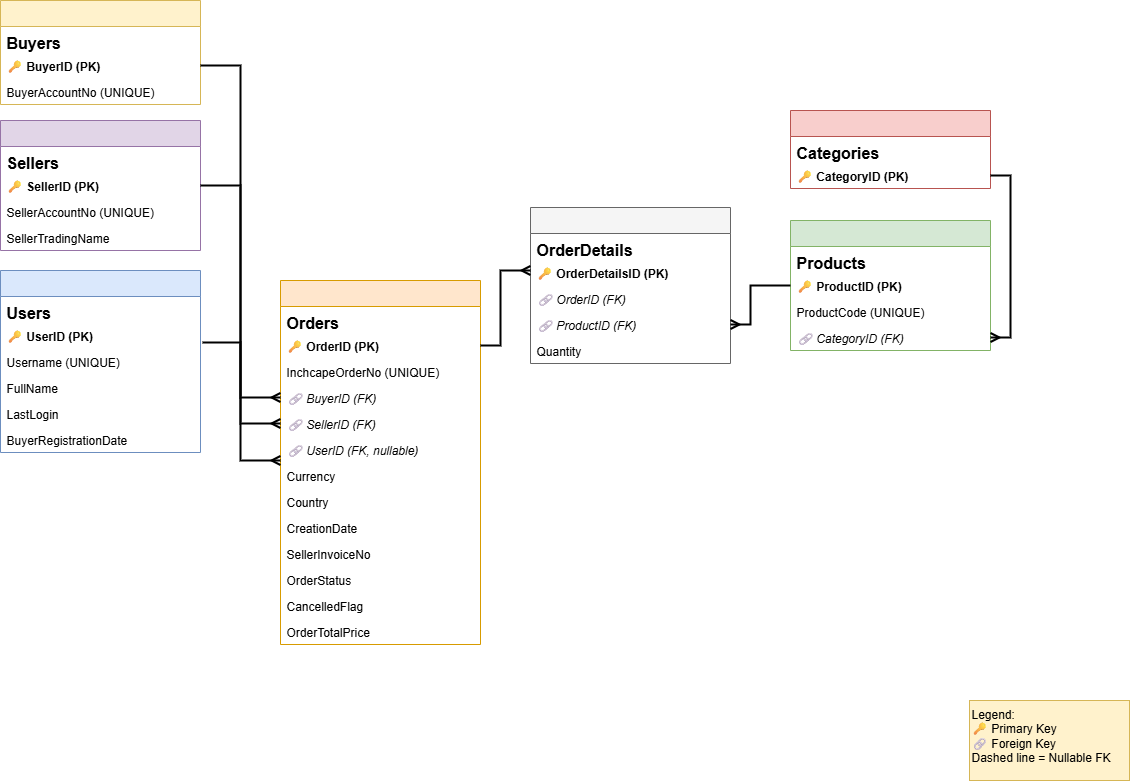
gebcruz06/sql_llm_chatbot keeps this draw.io diagram as Data Model ERD.png. Above is the earlier version. Source tidied: cells renumbered, new cells last; positions are measured from the earlier drawing's top-left corner, leaving out a move shared by most shapes. Its diagram source:
```xml
<mxGraphModel>
  <root>
    <mxCell id="0" />
    <mxCell id="1" parent="0" />
    <mxCell id="2" style="swimlane;fontStyle=0;horizontal=1;startSize=26;align=center;fontSize=14;fillColor=#dae8fc;strokeColor=#6c8ebf;" parent="1" vertex="1">
      <mxGeometry y="270" width="200" height="182" as="geometry" />
    </mxCell>
    <mxCell id="3" value="Users" style="text;strokeColor=none;fillColor=none;spacingLeft=4;spacingRight=4;overflow=hidden;fontSize=16;fontStyle=1;" parent="2" vertex="1">
      <mxGeometry y="26" width="200" height="26" as="geometry" />
    </mxCell>
    <mxCell id="4" value="🔑 UserID (PK)" style="text;strokeColor=none;fillColor=none;spacingLeft=4;spacingRight=4;overflow=hidden;points=[[0,0.5],[1,0.5]];portConstraint=eastwest;fontSize=12;fontStyle=1;" parent="2" vertex="1">
      <mxGeometry y="52" width="200" height="26" as="geometry" />
    </mxCell>
    <mxCell id="5" value="Username (UNIQUE)" style="text;strokeColor=none;fillColor=none;spacingLeft=4;spacingRight=4;overflow=hidden;fontSize=12;" parent="2" vertex="1">
      <mxGeometry y="78" width="200" height="26" as="geometry" />
    </mxCell>
    <mxCell id="6" value="FullName" style="text;strokeColor=none;fillColor=none;spacingLeft=4;spacingRight=4;overflow=hidden;fontSize=12;" parent="2" vertex="1">
      <mxGeometry y="104" width="200" height="26" as="geometry" />
    </mxCell>
    <mxCell id="7" value="LastLogin" style="text;strokeColor=none;fillColor=none;spacingLeft=4;spacingRight=4;overflow=hidden;fontSize=12;" parent="2" vertex="1">
      <mxGeometry y="130" width="200" height="26" as="geometry" />
    </mxCell>
    <mxCell id="8" value="BuyerRegistrationDate" style="text;strokeColor=none;fillColor=none;spacingLeft=4;spacingRight=4;overflow=hidden;fontSize=12;" parent="2" vertex="1">
      <mxGeometry y="156" width="200" height="26" as="geometry" />
    </mxCell>
    <mxCell id="9" style="swimlane;fontStyle=0;horizontal=1;startSize=26;align=center;fontSize=14;fillColor=#fff2cc;strokeColor=#d6b656;" parent="1" vertex="1">
      <mxGeometry width="200" height="104" as="geometry" />
    </mxCell>
    <mxCell id="10" value="Buyers" style="text;strokeColor=none;fillColor=none;spacingLeft=4;spacingRight=4;overflow=hidden;fontSize=16;fontStyle=1;" parent="9" vertex="1">
      <mxGeometry y="26" width="200" height="26" as="geometry" />
    </mxCell>
    <mxCell id="11" value="🔑 BuyerID (PK)" style="text;strokeColor=none;fillColor=none;spacingLeft=4;spacingRight=4;overflow=hidden;points=[[0,0.5],[1,0.5]];portConstraint=eastwest;fontSize=12;fontStyle=1;" parent="9" vertex="1">
      <mxGeometry y="52" width="200" height="26" as="geometry" />
    </mxCell>
    <mxCell id="12" value="BuyerAccountNo (UNIQUE)" style="text;strokeColor=none;fillColor=none;spacingLeft=4;spacingRight=4;overflow=hidden;fontSize=12;" parent="9" vertex="1">
      <mxGeometry y="78" width="200" height="26" as="geometry" />
    </mxCell>
    <mxCell id="13" style="swimlane;fontStyle=0;horizontal=1;startSize=26;align=center;fontSize=14;fillColor=#e1d5e7;strokeColor=#9673a6;" parent="1" vertex="1">
      <mxGeometry y="120" width="200" height="130" as="geometry" />
    </mxCell>
    <mxCell id="14" value="Sellers" style="text;strokeColor=none;fillColor=none;spacingLeft=4;spacingRight=4;overflow=hidden;fontSize=16;fontStyle=1;" parent="13" vertex="1">
      <mxGeometry y="26" width="200" height="26" as="geometry" />
    </mxCell>
    <mxCell id="15" value="🔑 SellerID (PK)" style="text;strokeColor=none;fillColor=none;spacingLeft=4;spacingRight=4;overflow=hidden;points=[[0,0.5],[1,0.5]];portConstraint=eastwest;fontSize=12;fontStyle=1;" parent="13" vertex="1">
      <mxGeometry y="52" width="200" height="26" as="geometry" />
    </mxCell>
    <mxCell id="16" value="SellerAccountNo (UNIQUE)" style="text;strokeColor=none;fillColor=none;spacingLeft=4;spacingRight=4;overflow=hidden;fontSize=12;" parent="13" vertex="1">
      <mxGeometry y="78" width="200" height="26" as="geometry" />
    </mxCell>
    <mxCell id="17" value="SellerTradingName" style="text;strokeColor=none;fillColor=none;spacingLeft=4;spacingRight=4;overflow=hidden;fontSize=12;" parent="13" vertex="1">
      <mxGeometry y="104" width="200" height="26" as="geometry" />
    </mxCell>
    <mxCell id="18" style="swimlane;fontStyle=0;horizontal=1;startSize=26;align=center;fontSize=14;fillColor=#f8cecc;strokeColor=#b85450;" parent="1" vertex="1">
      <mxGeometry x="790" y="110" width="200" height="78" as="geometry" />
    </mxCell>
    <mxCell id="19" value="Categories" style="text;strokeColor=none;fillColor=none;spacingLeft=4;spacingRight=4;overflow=hidden;fontSize=16;fontStyle=1;" parent="18" vertex="1">
      <mxGeometry y="26" width="200" height="26" as="geometry" />
    </mxCell>
    <mxCell id="20" value="🔑 CategoryID (PK)" style="text;strokeColor=none;fillColor=none;spacingLeft=4;spacingRight=4;overflow=hidden;points=[[0,0.5],[1,0.5]];portConstraint=eastwest;fontSize=12;fontStyle=1;" parent="18" vertex="1">
      <mxGeometry y="52" width="200" height="26" as="geometry" />
    </mxCell>
    <mxCell id="21" style="swimlane;fontStyle=0;horizontal=1;startSize=26;align=center;fontSize=14;fillColor=#d5e8d4;strokeColor=#82b366;" parent="1" vertex="1">
      <mxGeometry x="790" y="220" width="200" height="130" as="geometry" />
    </mxCell>
    <mxCell id="22" value="Products" style="text;strokeColor=none;fillColor=none;spacingLeft=4;spacingRight=4;overflow=hidden;fontSize=16;fontStyle=1;" parent="21" vertex="1">
      <mxGeometry y="26" width="200" height="26" as="geometry" />
    </mxCell>
    <mxCell id="23" value="🔑 ProductID (PK)" style="text;strokeColor=none;fillColor=none;spacingLeft=4;spacingRight=4;overflow=hidden;points=[[0,0.5],[1,0.5]];portConstraint=eastwest;fontSize=12;fontStyle=1;" parent="21" vertex="1">
      <mxGeometry y="52" width="200" height="26" as="geometry" />
    </mxCell>
    <mxCell id="24" value="ProductCode (UNIQUE)" style="text;strokeColor=none;fillColor=none;spacingLeft=4;spacingRight=4;overflow=hidden;fontSize=12;" parent="21" vertex="1">
      <mxGeometry y="78" width="200" height="26" as="geometry" />
    </mxCell>
    <mxCell id="25" value="🔗 CategoryID (FK)" style="text;strokeColor=none;fillColor=none;spacingLeft=4;spacingRight=4;overflow=hidden;points=[[0,0.5],[1,0.5]];portConstraint=eastwest;fontSize=12;fontStyle=2;" parent="21" vertex="1">
      <mxGeometry y="104" width="200" height="26" as="geometry" />
    </mxCell>
    <mxCell id="26" style="swimlane;fontStyle=0;horizontal=1;startSize=26;align=center;fontSize=14;fillColor=#ffe6cc;strokeColor=#d79b00;" parent="1" vertex="1">
      <mxGeometry x="280" y="280" width="200" height="364" as="geometry" />
    </mxCell>
    <mxCell id="27" value="Orders" style="text;strokeColor=none;fillColor=none;spacingLeft=4;spacingRight=4;overflow=hidden;fontSize=16;fontStyle=1;" parent="26" vertex="1">
      <mxGeometry y="26" width="200" height="26" as="geometry" />
    </mxCell>
    <mxCell id="28" value="🔑 OrderID (PK)" style="text;strokeColor=none;fillColor=none;spacingLeft=4;spacingRight=4;overflow=hidden;points=[[0,0.5],[1,0.5]];portConstraint=eastwest;fontSize=12;fontStyle=1;" parent="26" vertex="1">
      <mxGeometry y="52" width="200" height="26" as="geometry" />
    </mxCell>
    <mxCell id="29" value="InchcapeOrderNo (UNIQUE)" style="text;strokeColor=none;fillColor=none;spacingLeft=4;spacingRight=4;overflow=hidden;fontSize=12;" parent="26" vertex="1">
      <mxGeometry y="78" width="200" height="26" as="geometry" />
    </mxCell>
    <mxCell id="30" value="🔗 BuyerID (FK)" style="text;strokeColor=none;fillColor=none;spacingLeft=4;spacingRight=4;overflow=hidden;points=[[0,0.5],[1,0.5]];portConstraint=eastwest;fontSize=12;fontStyle=2;" parent="26" vertex="1">
      <mxGeometry y="104" width="200" height="26" as="geometry" />
    </mxCell>
    <mxCell id="31" value="🔗 SellerID (FK)" style="text;strokeColor=none;fillColor=none;spacingLeft=4;spacingRight=4;overflow=hidden;points=[[0,0.5],[1,0.5]];portConstraint=eastwest;fontSize=12;fontStyle=2;" parent="26" vertex="1">
      <mxGeometry y="130" width="200" height="26" as="geometry" />
    </mxCell>
    <mxCell id="32" value="🔗 UserID (FK, nullable)" style="text;strokeColor=none;fillColor=none;spacingLeft=4;spacingRight=4;overflow=hidden;points=[[0,0.5],[1,0.5]];portConstraint=eastwest;fontSize=12;fontStyle=2;" parent="26" vertex="1">
      <mxGeometry y="156" width="200" height="26" as="geometry" />
    </mxCell>
    <mxCell id="33" value="Currency" style="text;strokeColor=none;fillColor=none;spacingLeft=4;spacingRight=4;overflow=hidden;fontSize=12;" parent="26" vertex="1">
      <mxGeometry y="182" width="200" height="26" as="geometry" />
    </mxCell>
    <mxCell id="34" value="Country" style="text;strokeColor=none;fillColor=none;spacingLeft=4;spacingRight=4;overflow=hidden;fontSize=12;" parent="26" vertex="1">
      <mxGeometry y="208" width="200" height="26" as="geometry" />
    </mxCell>
    <mxCell id="35" value="CreationDate" style="text;strokeColor=none;fillColor=none;spacingLeft=4;spacingRight=4;overflow=hidden;fontSize=12;" parent="26" vertex="1">
      <mxGeometry y="234" width="200" height="26" as="geometry" />
    </mxCell>
    <mxCell id="36" value="SellerInvoiceNo" style="text;strokeColor=none;fillColor=none;spacingLeft=4;spacingRight=4;overflow=hidden;fontSize=12;" parent="26" vertex="1">
      <mxGeometry y="260" width="200" height="26" as="geometry" />
    </mxCell>
    <mxCell id="37" value="OrderStatus" style="text;strokeColor=none;fillColor=none;spacingLeft=4;spacingRight=4;overflow=hidden;fontSize=12;" parent="26" vertex="1">
      <mxGeometry y="286" width="200" height="26" as="geometry" />
    </mxCell>
    <mxCell id="38" value="CancelledFlag" style="text;strokeColor=none;fillColor=none;spacingLeft=4;spacingRight=4;overflow=hidden;fontSize=12;" parent="26" vertex="1">
      <mxGeometry y="312" width="200" height="26" as="geometry" />
    </mxCell>
    <mxCell id="39" value="OrderTotalPrice" style="text;strokeColor=none;fillColor=none;spacingLeft=4;spacingRight=4;overflow=hidden;fontSize=12;" parent="26" vertex="1">
      <mxGeometry y="338" width="200" height="26" as="geometry" />
    </mxCell>
    <mxCell id="40" style="swimlane;fontStyle=0;horizontal=1;startSize=26;align=center;fontSize=14;fillColor=#f5f5f5;strokeColor=#666666;" parent="1" vertex="1">
      <mxGeometry x="530" y="207" width="200" height="156" as="geometry" />
    </mxCell>
    <mxCell id="41" value="OrderDetails" style="text;strokeColor=none;fillColor=none;spacingLeft=4;spacingRight=4;overflow=hidden;fontSize=16;fontStyle=1;" parent="40" vertex="1">
      <mxGeometry y="26" width="200" height="26" as="geometry" />
    </mxCell>
    <mxCell id="42" value="🔑 OrderDetailsID (PK)" style="text;strokeColor=none;fillColor=none;spacingLeft=4;spacingRight=4;overflow=hidden;points=[[0,0.5],[1,0.5]];portConstraint=eastwest;fontSize=12;fontStyle=1;" parent="40" vertex="1">
      <mxGeometry y="52" width="200" height="26" as="geometry" />
    </mxCell>
    <mxCell id="43" value="🔗 OrderID (FK)" style="text;strokeColor=none;fillColor=none;spacingLeft=4;spacingRight=4;overflow=hidden;fontSize=12;fontStyle=2;" parent="40" vertex="1">
      <mxGeometry y="78" width="200" height="26" as="geometry" />
    </mxCell>
    <mxCell id="44" value="🔗 ProductID (FK)" style="text;strokeColor=none;fillColor=none;spacingLeft=4;spacingRight=4;overflow=hidden;points=[[0,0.5],[1,0.5]];portConstraint=eastwest;fontSize=12;fontStyle=2;" parent="40" vertex="1">
      <mxGeometry y="104" width="200" height="26" as="geometry" />
    </mxCell>
    <mxCell id="45" value="Quantity" style="text;strokeColor=none;fillColor=none;spacingLeft=4;spacingRight=4;overflow=hidden;fontSize=12;" parent="40" vertex="1">
      <mxGeometry y="130" width="200" height="26" as="geometry" />
    </mxCell>
    <mxCell id="46" style="edgeStyle=orthogonalEdgeStyle;rounded=0;jettySize=auto;html=1;startArrow=none;startFill=0;endArrow=ERmany;endFill=0;strokeWidth=2;" parent="1" edge="1" source="11" target="30">
      <mxGeometry relative="1" as="geometry" />
    </mxCell>
    <mxCell id="47" style="edgeStyle=orthogonalEdgeStyle;rounded=0;jettySize=auto;html=1;startArrow=none;startFill=0;endArrow=ERmany;endFill=0;strokeWidth=2;exitX=1;exitY=0.5;exitDx=0;exitDy=0;" parent="1" edge="1" source="15" target="31">
      <mxGeometry relative="1" as="geometry">
        <Array as="points">
          <mxPoint x="240" y="185" />
          <mxPoint x="240" y="423" />
        </Array>
      </mxGeometry>
    </mxCell>
    <mxCell id="48" style="edgeStyle=orthogonalEdgeStyle;rounded=0;jettySize=auto;html=1;startArrow=none;startFill=0;endArrow=ERmany;endFill=0;strokeWidth=2;exitX=1;exitY=0.5;exitDx=0;exitDy=0;" parent="1" edge="1" source="20" target="25">
      <mxGeometry relative="1" as="geometry" />
    </mxCell>
    <mxCell id="49" style="edgeStyle=orthogonalEdgeStyle;rounded=0;jettySize=auto;html=1;startArrow=none;startFill=0;endArrow=ERmany;endFill=0;strokeWidth=2;exitX=1;exitY=0.5;exitDx=0;exitDy=0;" parent="1" edge="1" source="28" target="42">
      <mxGeometry relative="1" as="geometry">
        <Array as="points">
          <mxPoint x="500" y="345" />
          <mxPoint x="500" y="270" />
        </Array>
      </mxGeometry>
    </mxCell>
    <mxCell id="50" style="edgeStyle=orthogonalEdgeStyle;rounded=0;jettySize=auto;html=1;startArrow=none;startFill=0;endArrow=ERmany;endFill=0;strokeWidth=2;entryX=1;entryY=0.5;entryDx=0;entryDy=0;exitX=0;exitY=0.5;exitDx=0;exitDy=0;" parent="1" edge="1" source="23" target="44">
      <mxGeometry relative="1" as="geometry">
        <Array as="points">
          <mxPoint x="750" y="285" />
          <mxPoint x="750" y="324" />
        </Array>
      </mxGeometry>
    </mxCell>
    <mxCell id="51" value="Legend:&#10;🔑 Primary Key&#10;🔗 Foreign Key&#10;Dashed line = Nullable FK" style="text;strokeColor=#d6b656;fillColor=#fff2cc;html=1;fontSize=12;fontStyle=0;verticalAlign=top;align=left;whiteSpace=wrap;rounded=0;" parent="1" vertex="1">
      <mxGeometry x="969" y="700" width="160" height="80" as="geometry" />
    </mxCell>
    <mxCell id="52" style="edgeStyle=orthogonalEdgeStyle;rounded=0;jettySize=auto;html=1;startArrow=none;startFill=0;endArrow=ERmany;endFill=0;strokeWidth=2;exitX=1.01;exitY=0.769;exitDx=0;exitDy=0;exitPerimeter=0;" parent="1" edge="1" source="4" target="32">
      <mxGeometry relative="1" as="geometry">
        <Array as="points">
          <mxPoint x="240" y="342" />
          <mxPoint x="240" y="460" />
        </Array>
      </mxGeometry>
    </mxCell>
  </root>
</mxGraphModel>
```
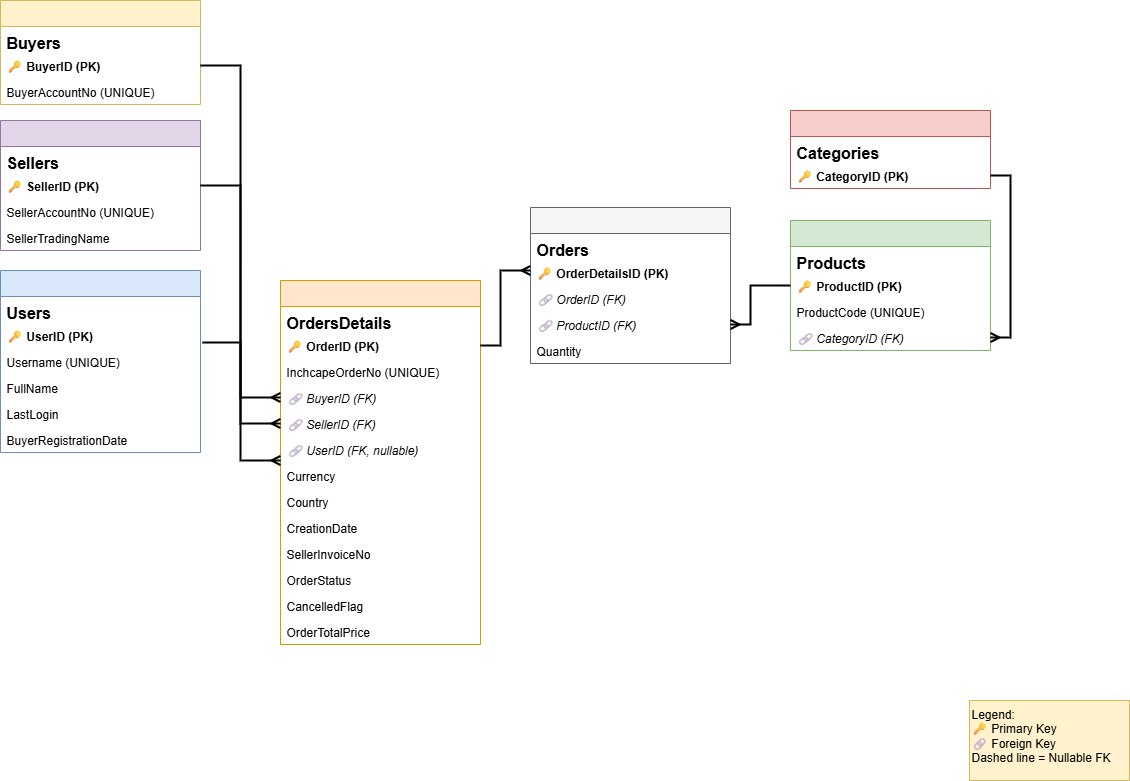
Later version of the same file.

What changed in the source:
```diff
@@ -77,7 +77,7 @@
     <mxCell id="26" style="swimlane;fontStyle=0;horizontal=1;startSize=26;align=center;fontSize=14;fillColor=#ffe6cc;strokeColor=#d79b00;" parent="1" vertex="1">
       <mxGeometry x="280" y="280" width="200" height="364" as="geometry" />
     </mxCell>
-    <mxCell id="27" value="Orders" style="text;strokeColor=none;fillColor=none;spacingLeft=4;spacingRight=4;overflow=hidden;fontSize=16;fontStyle=1;" parent="26" vertex="1">
+    <mxCell id="27" value="OrdersDetails" style="text;strokeColor=none;fillColor=none;spacingLeft=4;spacingRight=4;overflow=hidden;fontSize=16;fontStyle=1;" parent="26" vertex="1">
       <mxGeometry y="26" width="200" height="26" as="geometry" />
     </mxCell>
     <mxCell id="28" value="🔑 OrderID (PK)" style="text;strokeColor=none;fillColor=none;spacingLeft=4;spacingRight=4;overflow=hidden;points=[[0,0.5],[1,0.5]];portConstraint=eastwest;fontSize=12;fontStyle=1;" parent="26" vertex="1">
@@ -119,7 +119,7 @@
     <mxCell id="40" style="swimlane;fontStyle=0;horizontal=1;startSize=26;align=center;fontSize=14;fillColor=#f5f5f5;strokeColor=#666666;" parent="1" vertex="1">
       <mxGeometry x="530" y="207" width="200" height="156" as="geometry" />
     </mxCell>
-    <mxCell id="41" value="OrderDetails" style="text;strokeColor=none;fillColor=none;spacingLeft=4;spacingRight=4;overflow=hidden;fontSize=16;fontStyle=1;" parent="40" vertex="1">
+    <mxCell id="41" value="Orders" style="text;strokeColor=none;fillColor=none;spacingLeft=4;spacingRight=4;overflow=hidden;fontSize=16;fontStyle=1;" parent="40" vertex="1">
       <mxGeometry y="26" width="200" height="26" as="geometry" />
     </mxCell>
     <mxCell id="42" value="🔑 OrderDetailsID (PK)" style="text;strokeColor=none;fillColor=none;spacingLeft=4;spacingRight=4;overflow=hidden;points=[[0,0.5],[1,0.5]];portConstraint=eastwest;fontSize=12;fontStyle=1;" parent="40" vertex="1">
```
